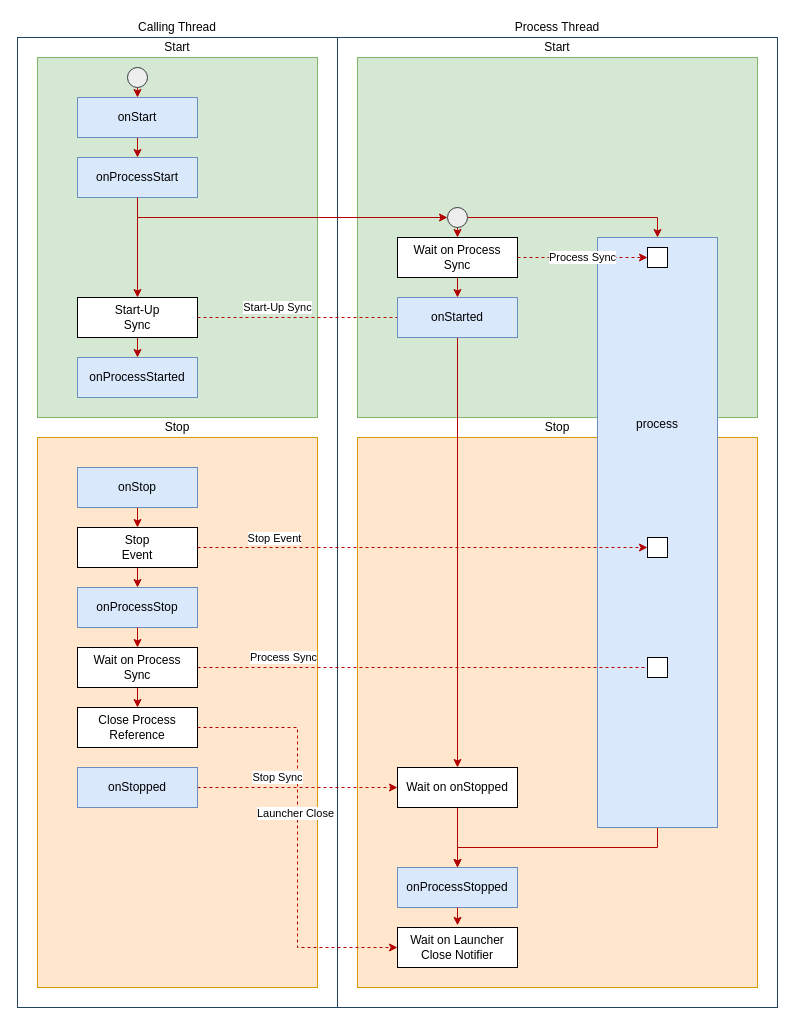
Before: documentation/SMO-Process-Life-Cycle.drawio in levylabpitt/Instrument-Framework, a draw.io diagram. Source tidied: cells renumbered, new cells numbered last; positions are measured from the earlier drawing's top-left corner, leaving out a move shared by most shapes. Both pictures are drawn from the tidied source at 100%, with x=0, y=0 at pixel (17, 17).
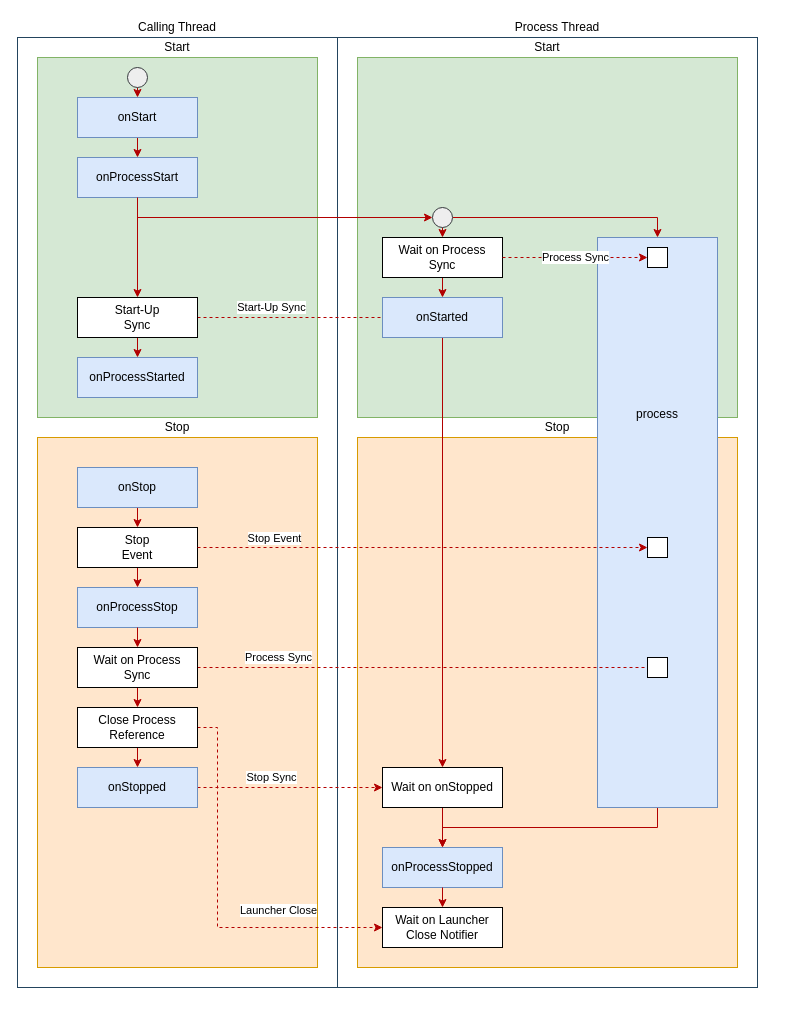
After the change.

Unchanged cells that the change refers to:
```xml
<mxCell id="41" value="&lt;div&gt;Wait on Process&lt;/div&gt;&lt;div&gt;Sync&lt;br&gt;&lt;/div&gt;" style="html=1;whiteSpace=wrap;" parent="1" vertex="1">
  <mxGeometry x="60" y="630" width="120" height="40" as="geometry" />
</mxCell>
<mxCell id="46" value="&lt;div&gt;Close Process Reference&lt;br&gt;&lt;/div&gt;" style="html=1;whiteSpace=wrap;" parent="1" vertex="1">
  <mxGeometry x="60" y="690" width="120" height="40" as="geometry" />
</mxCell>
<mxCell id="48" value="onStopped" style="html=1;whiteSpace=wrap;fillColor=#dae8fc;strokeColor=#6c8ebf;" parent="1" vertex="1">
  <mxGeometry x="60" y="750" width="120" height="40" as="geometry" />
</mxCell>
<mxCell id="54" style="rounded=0;whiteSpace=wrap;html=1;" parent="1" vertex="1">
  <mxGeometry x="630" y="640" width="20" height="20" as="geometry" />
</mxCell>
```

What changed in the source:
```diff
@@
     <mxCell id="2" style="rounded=0;whiteSpace=wrap;html=1;fillColor=none;strokeColor=#23445d;" parent="1" vertex="1">
-      <mxGeometry x="320" y="20" width="440" height="970" as="geometry" />
+      <mxGeometry x="320" y="20" width="420" height="950" as="geometry" />
     </mxCell>
     <mxCell id="3" style="rounded=0;whiteSpace=wrap;html=1;fillColor=none;strokeColor=#23445d;" parent="1" vertex="1">
-      <mxGeometry y="20" width="320" height="970" as="geometry" />
+      <mxGeometry y="20" width="320" height="950" as="geometry" />
     </mxCell>
     <mxCell id="4" style="rounded=0;whiteSpace=wrap;html=1;fillColor=#ffe6cc;strokeColor=#d79b00;" parent="1" vertex="1">
-      <mxGeometry x="340" y="420" width="400" height="550" as="geometry" />
+      <mxGeometry x="340" y="420" width="380" height="530" as="geometry" />
     </mxCell>
     <mxCell id="5" style="rounded=0;whiteSpace=wrap;html=1;fillColor=#ffe6cc;strokeColor=#d79b00;" parent="1" vertex="1">
-      <mxGeometry x="20" y="420" width="280" height="550" as="geometry" />
+      <mxGeometry x="20" y="420" width="280" height="530" as="geometry" />
     </mxCell>
     <mxCell id="6" style="rounded=0;whiteSpace=wrap;html=1;fillColor=#d5e8d4;strokeColor=#82b366;" parent="1" vertex="1">
-      <mxGeometry x="340" y="40" width="400" height="360" as="geometry" />
+      <mxGeometry x="340" y="40" width="380" height="360" as="geometry" />
     </mxCell>
@@
     <mxCell id="10" value="Start" style="text;html=1;align=center;verticalAlign=middle;whiteSpace=wrap;rounded=0;" parent="1" vertex="1">
-      <mxGeometry x="340" y="20" width="400" height="20" as="geometry" />
+      <mxGeometry x="340" y="20" width="380" height="20" as="geometry" />
     </mxCell>
@@
     <mxCell id="23" value="onStarted" style="html=1;whiteSpace=wrap;fillColor=#dae8fc;strokeColor=#6c8ebf;" parent="1" vertex="1">
-      <mxGeometry x="380" y="280" width="120" height="40" as="geometry" />
+      <mxGeometry x="365" y="280" width="120" height="40" as="geometry" />
     </mxCell>
@@
     <mxCell id="26" style="verticalLabelPosition=bottom;verticalAlign=top;html=1;shape=mxgraph.flowchart.on-page_reference;fillColor=#eeeeee;strokeColor=#36393d;" parent="1" vertex="1">
-      <mxGeometry x="430" y="190" width="20" height="20" as="geometry" />
+      <mxGeometry x="415" y="190" width="20" height="20" as="geometry" />
     </mxCell>
@@
     <mxCell id="29" value="&lt;div&gt;Wait on Process&lt;/div&gt;&lt;div&gt;Sync&lt;br&gt;&lt;/div&gt;" style="html=1;whiteSpace=wrap;" parent="1" vertex="1">
-      <mxGeometry x="380" y="220" width="120" height="40" as="geometry" />
+      <mxGeometry x="365" y="220" width="120" height="40" as="geometry" />
     </mxCell>
@@
     <mxCell id="31" value="&lt;div&gt;process&lt;/div&gt;&lt;div&gt;&lt;br&gt;&lt;/div&gt;&lt;div&gt;&lt;br&gt;&lt;/div&gt;&lt;div&gt;&lt;br&gt;&lt;/div&gt;&lt;div&gt;&lt;br&gt;&lt;/div&gt;&lt;div&gt;&lt;br&gt;&lt;/div&gt;&lt;div&gt;&lt;br&gt;&lt;/div&gt;&lt;div&gt;&lt;br&gt;&lt;/div&gt;&lt;div&gt;&lt;br&gt;&lt;/div&gt;&lt;div&gt;&lt;br&gt;&lt;/div&gt;&lt;div&gt;&lt;br&gt;&lt;/div&gt;&lt;div&gt;&lt;br&gt;&lt;/div&gt;&lt;div&gt;&lt;br&gt;&lt;/div&gt;&lt;div&gt;&lt;br&gt;&lt;/div&gt;&lt;div&gt;&lt;br&gt;&lt;/div&gt;&lt;div&gt;&lt;br&gt;&lt;/div&gt;" style="html=1;whiteSpace=wrap;fillColor=#dae8fc;strokeColor=#6c8ebf;" parent="1" vertex="1">
-      <mxGeometry x="580" y="220" width="120" height="590" as="geometry" />
+      <mxGeometry x="580" y="220" width="120" height="570" as="geometry" />
     </mxCell>
@@
     <mxCell id="40" value="Process Sync" style="edgeStyle=orthogonalEdgeStyle;rounded=0;jettySize=auto;html=1;exitX=1;exitY=0.5;exitDx=0;exitDy=0;endArrow=none;endFill=0;dashed=1;fillColor=#e51400;strokeColor=#B20000;entryX=0;entryY=0.5;entryDx=0;entryDy=0;" parent="1" edge="1" source="41" target="54">
-      <mxGeometry x="-0.62" y="10" relative="1" as="geometry" />
+      <mxGeometry x="-0.64" y="10" relative="1" as="geometry" />
     </mxCell>
@@
     <mxCell id="44" style="edgeStyle=orthogonalEdgeStyle;rounded=0;jettySize=auto;html=1;exitX=1;exitY=0.5;exitDx=0;exitDy=0;entryX=0;entryY=0.5;entryDx=0;entryDy=0;fillColor=#e51400;strokeColor=#B20000;dashed=1;" parent="1" edge="1" source="46" target="52">
-      <mxGeometry relative="1" as="geometry" />
+      <mxGeometry relative="1" as="geometry">
+        <Array as="points">
+          <mxPoint x="200" y="710" />
+          <mxPoint x="200" y="910" />
+        </Array>
+      </mxGeometry>
     </mxCell>
     <mxCell id="45" value="Launcher Close" style="edgeLabel;html=1;align=center;verticalAlign=middle;" parent="44" vertex="1">
-      <mxGeometry x="-0.12" y="-3" relative="1" as="geometry" />
+      <mxGeometry x="-0.12" y="-3" relative="1" as="geometry">
+        <mxPoint x="63" y="33" as="offset" />
+      </mxGeometry>
     </mxCell>
+    <mxCell id="58" style="edgeStyle=orthogonalEdgeStyle;rounded=0;jettySize=auto;html=1;exitX=0.5;exitY=1;exitDx=0;exitDy=0;entryX=0.5;entryY=0;entryDx=0;entryDy=0;fillColor=#e51400;strokeColor=#B20000;" parent="1" edge="1" source="46" target="48">
+      <mxGeometry relative="1" as="geometry" />
+    </mxCell>
@@
     <mxCell id="50" value="&lt;div&gt;Wait on onStopped&lt;/div&gt;" style="html=1;whiteSpace=wrap;" parent="1" vertex="1">
-      <mxGeometry x="380" y="750" width="120" height="40" as="geometry" />
+      <mxGeometry x="365" y="750" width="120" height="40" as="geometry" />
     </mxCell>
     <mxCell id="51" value="onProcessStopped" style="html=1;whiteSpace=wrap;fillColor=#dae8fc;strokeColor=#6c8ebf;" parent="1" vertex="1">
-      <mxGeometry x="380" y="850" width="120" height="40" as="geometry" />
+      <mxGeometry x="365" y="830" width="120" height="40" as="geometry" />
     </mxCell>
     <mxCell id="52" value="&lt;div&gt;Wait on Launcher Close Notifier&lt;br&gt;&lt;/div&gt;" style="html=1;whiteSpace=wrap;" parent="1" vertex="1">
-      <mxGeometry x="380" y="910" width="120" height="40" as="geometry" />
+      <mxGeometry x="365" y="890" width="120" height="40" as="geometry" />
     </mxCell>
-    <mxCell id="53" style="edgeStyle=orthogonalEdgeStyle;rounded=0;jettySize=auto;html=1;exitX=0.5;exitY=1;exitDx=0;exitDy=0;entryX=0.25;entryY=0.887;entryDx=0;entryDy=0;entryPerimeter=0;fillColor=#e51400;strokeColor=#B20000;" parent="1" edge="1" source="51" target="4">
+    <mxCell id="53" style="edgeStyle=orthogonalEdgeStyle;rounded=0;jettySize=auto;html=1;exitX=0.5;exitY=1;exitDx=0;exitDy=0;entryX=0.5;entryY=0;entryDx=0;entryDy=0;fillColor=#e51400;strokeColor=#B20000;" parent="1" edge="1" source="51" target="52">
       <mxGeometry relative="1" as="geometry" />
     </mxCell>
```
